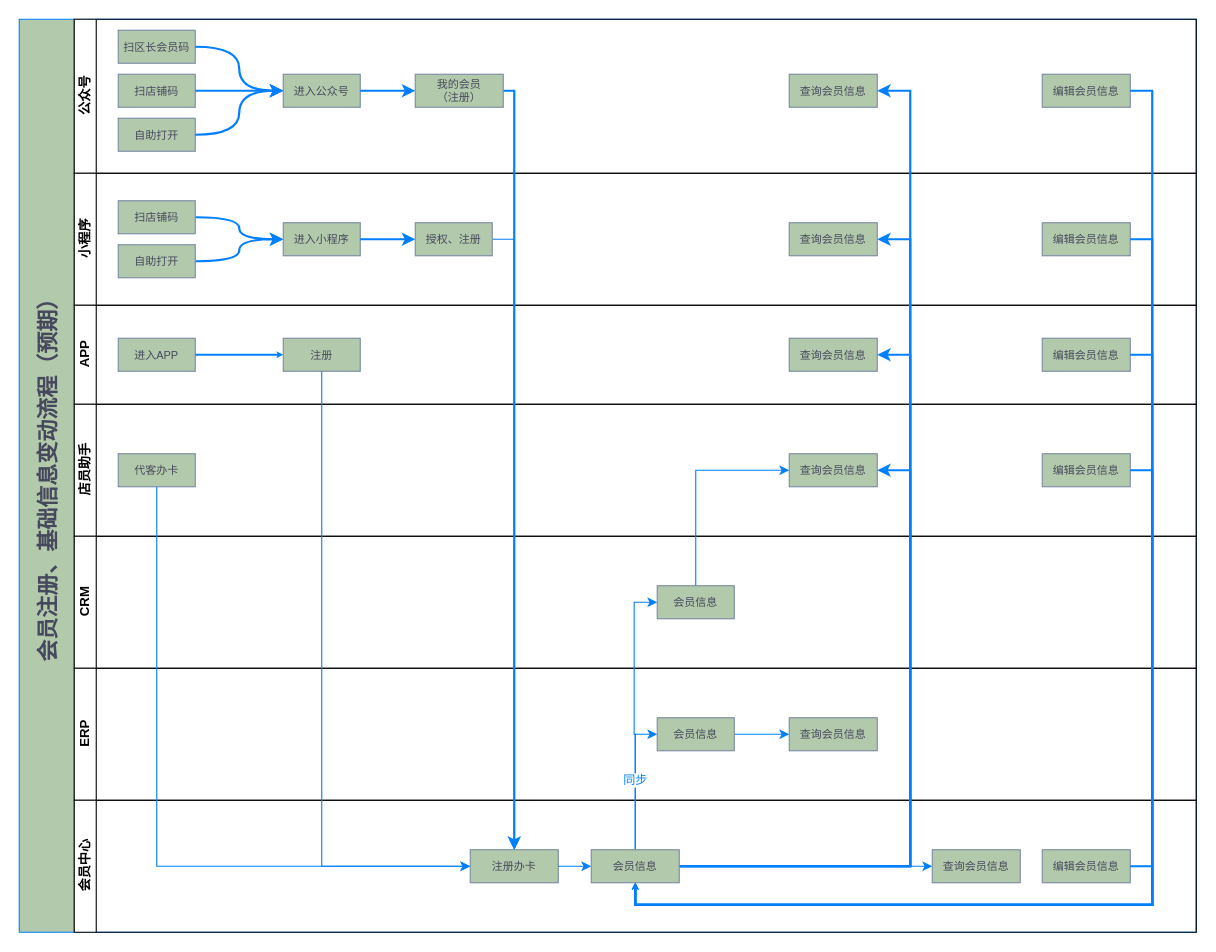
Before: page "Page-3" (3 of 5) of 会员.drawio in JustDoItHilary/HilarysTraining, a draw.io diagram. Source tidied: cells renumbered, new cells numbered last; positions are measured from the earlier drawing's top-left corner, leaving out a move shared by most shapes. Both pictures are drawn from the tidied source at 110%, with x=0, y=0 at pixel (19, 19).
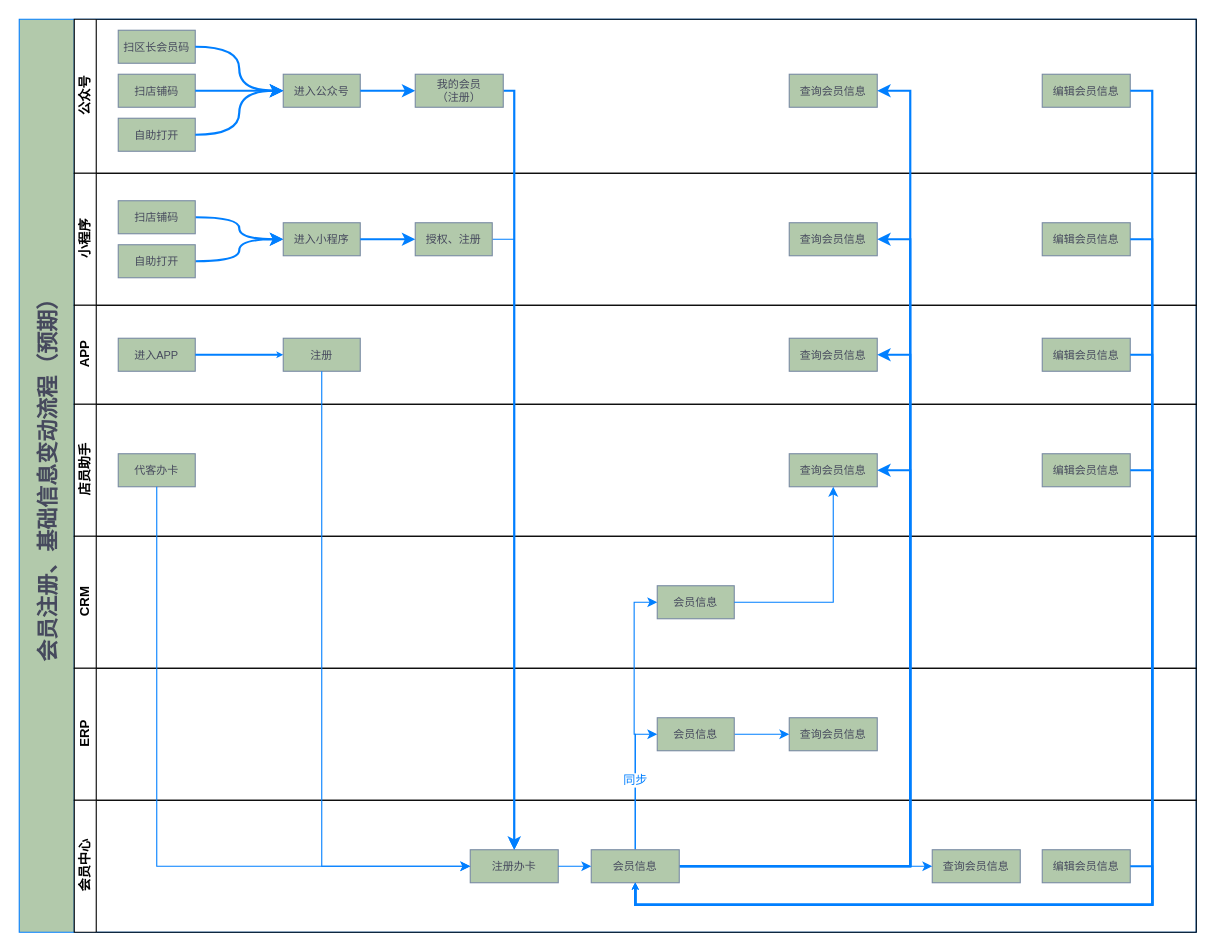
Above is the later version.

Unchanged cells that the change refers to:
```xml
<mxCell id="2" value="&lt;font style=&quot;font-size: 20px&quot;&gt;会员注册、基础信息变动流程（预期）&lt;/font&gt;" style="swimlane;html=1;horizontal=0;startSize=50;rounded=0;fillColor=#B2C9AB;fontColor=#46495D;fontSize=10;align=center;verticalAlign=middle;strokeColor=#007FFF;" parent="1" vertex="1">
  <mxGeometry width="1070" height="830" as="geometry" />
</mxCell>
<mxCell id="29" value="&lt;span style=&quot;font-size: x-small&quot;&gt;查询会员信息&lt;/span&gt;" style="rounded=0;whiteSpace=wrap;html=1;strokeColor=#788AA3;fillColor=#B2C9AB;fontColor=#46495D;fontSize=10;" parent="27" vertex="1">
  <mxGeometry x="650" y="45" width="80" height="30" as="geometry" />
</mxCell>
<mxCell id="32" value="&lt;font size=&quot;1&quot;&gt;会员信息&lt;/font&gt;" style="rounded=0;whiteSpace=wrap;html=1;strokeColor=#788AA3;fillColor=#B2C9AB;fontColor=#46495D;fontSize=10;" parent="31" vertex="1">
  <mxGeometry x="530" y="45" width="70" height="30" as="geometry" />
</mxCell>
```

The edit, as a diff of the source:
```diff
@@
-    <mxCell id="43" style="edgeStyle=orthogonalEdgeStyle;rounded=0;jettySize=auto;html=1;exitX=0.5;exitY=0;exitDx=0;exitDy=0;entryX=0;entryY=0.5;entryDx=0;entryDy=0;startSize=50;strokeColor=#007FFF;strokeWidth=1;fontColor=#007FFF;" parent="2" edge="1" source="32" target="29">
+    <mxCell id="43" style="edgeStyle=orthogonalEdgeStyle;rounded=0;jettySize=auto;html=1;exitX=1;exitY=0.5;exitDx=0;exitDy=0;entryX=0.5;entryY=1;entryDx=0;entryDy=0;startSize=50;strokeColor=#007FFF;strokeWidth=1;fontColor=#007FFF;" parent="2" edge="1" source="32" target="29">
       <mxGeometry relative="1" as="geometry" />
     </mxCell>
```
